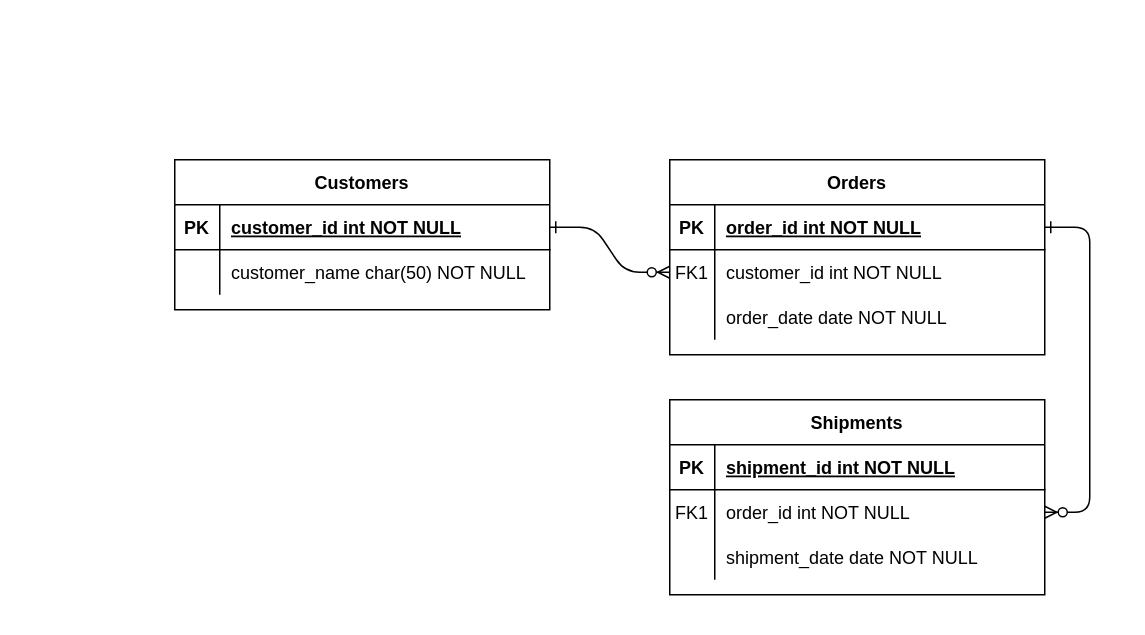
The draw.io diagram Biểu đồ không có tiêu đề.drawio in tung1233hhhhhhhhhhhhh/sadd, before the edit. Source tidied: cells renumbered, new cells numbered last; positions are measured from the earlier drawing's top-left corner, leaving out a move shared by most shapes. Both pictures are drawn from the tidied source at 150%, with x=0, y=0 at pixel (174, 159).
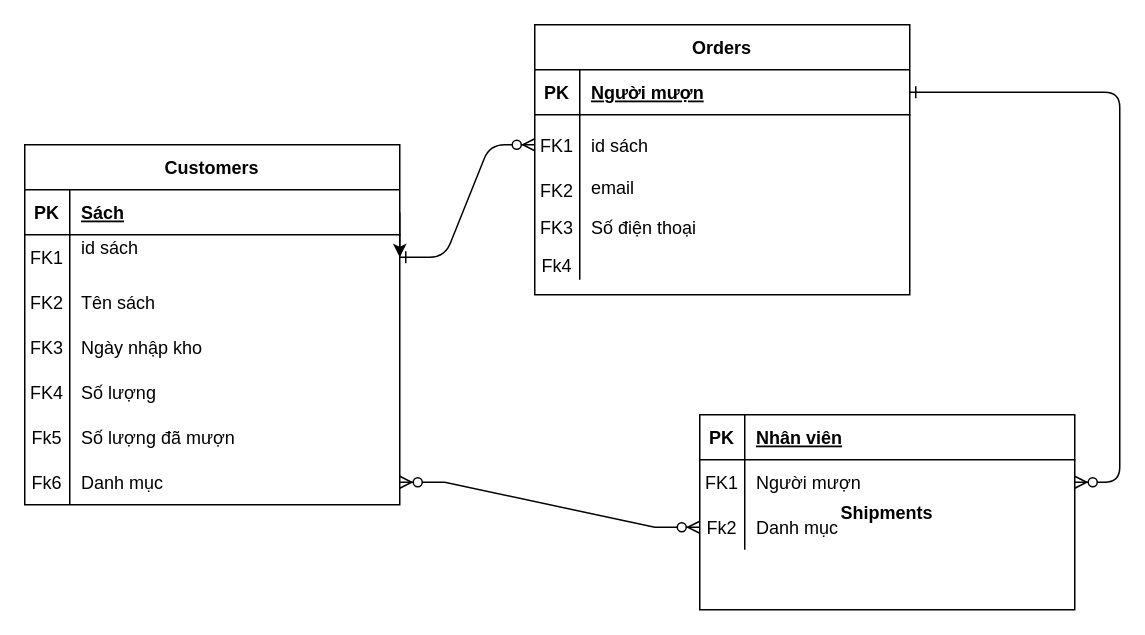
Above is the later version.

Commit message:
Cập nhật Biểu đồ không có tiêu đề.drawio

Unchanged cells that the change refers to:
```xml
<mxCell id="5" style="shape=partialRectangle;fillColor=none;points=[[0,0.5],[1,0.5]];portConstraint=eastwest;top=0;left=0;right=0;bottom=1;" parent="4" vertex="1">
  <mxGeometry y="30" width="250" height="30" as="geometry" />
</mxCell>
<mxCell id="25" style="shape=partialRectangle;fillColor=none;points=[[0,0.5],[1,0.5]];portConstraint=eastwest;top=0;left=0;right=0;bottom=1;" parent="24" vertex="1">
  <mxGeometry y="30" width="250" height="30" as="geometry" />
</mxCell>
<mxCell id="28" style="shape=partialRectangle;fillColor=none;points=[[0,0.5],[1,0.5]];portConstraint=eastwest;top=0;left=0;right=0;bottom=0;" parent="24" vertex="1">
  <mxGeometry y="60" width="250" height="30" as="geometry" />
</mxCell>
```

Change to the diagram source:
```diff
@@
+    <mxCell id="31" style="edgeStyle=orthogonalEdgeStyle;rounded=0;jettySize=auto;html=1;exitX=1;exitY=0.5;exitDx=0;exitDy=0;entryX=1;entryY=0.5;entryDx=0;entryDy=0;" parent="1" edge="1" source="25" target="28">
+      <mxGeometry relative="1" as="geometry" />
+    </mxCell>
-    <mxCell id="2" style="edgeStyle=entityRelationEdgeStyle;endArrow=ERzeroToMany;startArrow=ERone;endFill=1;startFill=0;" parent="1" edge="1" source="25" target="8">
+    <mxCell id="2" style="edgeStyle=entityRelationEdgeStyle;endArrow=ERzeroToMany;startArrow=ERone;endFill=1;startFill=0;exitX=1;exitY=0.5;exitDx=0;exitDy=0;" parent="1" edge="1" source="28" target="8">
       <mxGeometry relative="1" as="geometry" />
     </mxCell>
@@
     <mxCell id="4" value="Orders" style="shape=table;startSize=30;childLayout=tableLayout;rowLines=0;fontStyle=1;align=center;" parent="1" vertex="1">
-      <mxGeometry x="330" width="250" height="130" as="geometry" />
+      <mxGeometry x="240" y="-90" width="250" height="180" as="geometry" />
     </mxCell>
@@
-    <mxCell id="7" value="order_id int NOT NULL " style="shape=partialRectangle;overflow=hidden;fillColor=none;top=0;left=0;bottom=0;right=0;align=left;spacingLeft=6;fontStyle=5;" parent="5" vertex="1">
+    <mxCell id="7" value="Người mượn" style="shape=partialRectangle;overflow=hidden;fillColor=none;top=0;left=0;bottom=0;right=0;align=left;spacingLeft=6;fontStyle=5;" parent="5" vertex="1">
       <mxGeometry x="30" width="220" height="30" as="geometry" />
     </mxCell>
     <mxCell id="8" style="shape=partialRectangle;fillColor=none;points=[[0,0.5],[1,0.5]];portConstraint=eastwest;top=0;left=0;right=0;bottom=0;" parent="4" vertex="1">
-      <mxGeometry y="60" width="250" height="30" as="geometry" />
+      <mxGeometry y="60" width="250" height="40" as="geometry" />
     </mxCell>
     <mxCell id="9" value="FK1" style="shape=partialRectangle;overflow=hidden;fillColor=none;top=0;left=0;bottom=0;right=0;" parent="8" vertex="1">
-      <mxGeometry width="30" height="30" as="geometry" />
+      <mxGeometry width="30" height="40" as="geometry" />
     </mxCell>
-    <mxCell id="10" value="customer_id int NOT NULL" style="shape=partialRectangle;overflow=hidden;fillColor=none;top=0;left=0;bottom=0;right=0;align=left;spacingLeft=6;" parent="8" vertex="1">
-      <mxGeometry x="30" width="220" height="30" as="geometry" />
+    <mxCell id="10" value="id sách" style="shape=partialRectangle;overflow=hidden;fillColor=none;top=0;left=0;bottom=0;right=0;align=left;spacingLeft=6;" parent="8" vertex="1">
+      <mxGeometry x="30" width="220" height="40" as="geometry" />
     </mxCell>
     <mxCell id="11" style="shape=partialRectangle;fillColor=none;top=0;left=0;right=0;bottom=0;" parent="4" vertex="1">
-      <mxGeometry y="90" width="250" height="30" as="geometry" />
+      <mxGeometry y="100" width="250" height="20" as="geometry" />
     </mxCell>
-    <mxCell id="12" style="shape=partialRectangle;overflow=hidden;fillColor=none;top=0;left=0;bottom=0;right=0;" parent="11" vertex="1">
-      <mxGeometry width="30" height="30" as="geometry" />
+    <mxCell id="12" value="FK2" style="shape=partialRectangle;overflow=hidden;fillColor=none;top=0;left=0;bottom=0;right=0;" parent="11" vertex="1">
+      <mxGeometry width="30" height="20" as="geometry" />
     </mxCell>
-    <mxCell id="13" value="order_date date NOT NULL" style="shape=partialRectangle;overflow=hidden;fillColor=none;top=0;left=0;bottom=0;right=0;align=left;spacingLeft=6;" parent="11" vertex="1">
-      <mxGeometry x="30" width="220" height="30" as="geometry" />
+    <mxCell id="13" value="email&#10;&#10;&#10;&#10;&#10;&#10;" style="shape=partialRectangle;overflow=hidden;fillColor=none;top=0;left=0;bottom=0;right=0;align=left;spacingLeft=6;" parent="11" vertex="1">
+      <mxGeometry x="30" width="220" height="20" as="geometry" />
     </mxCell>
+    <mxCell id="32" style="shape=partialRectangle;fillColor=none;top=0;left=0;right=0;bottom=0;" parent="4" vertex="1">
+      <mxGeometry y="120" width="250" height="30" as="geometry" />
+    </mxCell>
+    <mxCell id="33" value="FK3" style="shape=partialRectangle;overflow=hidden;fillColor=none;top=0;left=0;bottom=0;right=0;" parent="32" vertex="1">
+      <mxGeometry width="30" height="30" as="geometry" />
+    </mxCell>
+    <mxCell id="34" value="Số điện thoại" style="shape=partialRectangle;overflow=hidden;fillColor=none;top=0;left=0;bottom=0;right=0;align=left;spacingLeft=6;" parent="32" vertex="1">
+      <mxGeometry x="30" width="220" height="30" as="geometry" />
+    </mxCell>
+    <mxCell id="35" style="shape=partialRectangle;fillColor=none;top=0;left=0;right=0;bottom=0;" parent="4" vertex="1">
+      <mxGeometry y="150" width="250" height="20" as="geometry" />
+    </mxCell>
+    <mxCell id="36" value="Fk4" style="shape=partialRectangle;overflow=hidden;fillColor=none;top=0;left=0;bottom=0;right=0;" parent="35" vertex="1">
+      <mxGeometry width="30" height="20" as="geometry" />
+    </mxCell>
+    <mxCell id="37" style="shape=partialRectangle;overflow=hidden;fillColor=none;top=0;left=0;bottom=0;right=0;align=left;spacingLeft=6;" parent="35" vertex="1">
+      <mxGeometry x="30" width="220" height="20" as="geometry" />
+    </mxCell>
-    <mxCell id="14" value="Shipments" style="shape=table;startSize=30;childLayout=tableLayout;rowLines=0;fontStyle=1;align=center;" parent="1" vertex="1">
-      <mxGeometry x="330" y="160" width="250" height="130" as="geometry" />
+    <mxCell id="14" value="Shipments" style="shape=table;startSize=0;childLayout=tableLayout;rowLines=0;fontStyle=1;align=center;" parent="1" vertex="1">
+      <mxGeometry x="350" y="170" width="250" height="130" as="geometry" />
     </mxCell>
     <mxCell id="15" style="shape=partialRectangle;fillColor=none;top=0;left=0;right=0;bottom=1;" parent="14" vertex="1">
-      <mxGeometry y="30" width="250" height="30" as="geometry" />
+      <mxGeometry width="250" height="30" as="geometry" />
     </mxCell>
@@
-    <mxCell id="17" value="shipment_id int NOT NULL " style="shape=partialRectangle;overflow=hidden;fillColor=none;top=0;left=0;bottom=0;right=0;align=left;spacingLeft=6;fontStyle=5;" parent="15" vertex="1">
+    <mxCell id="17" value="Nhân viên" style="shape=partialRectangle;overflow=hidden;fillColor=none;top=0;left=0;bottom=0;right=0;align=left;spacingLeft=6;fontStyle=5;" parent="15" vertex="1">
       <mxGeometry x="30" width="220" height="30" as="geometry" />
     </mxCell>
     <mxCell id="18" style="shape=partialRectangle;fillColor=none;points=[[0,0.5],[1,0.5]];portConstraint=eastwest;top=0;left=0;right=0;bottom=0;" parent="14" vertex="1">
-      <mxGeometry y="60" width="250" height="30" as="geometry" />
+      <mxGeometry y="30" width="250" height="30" as="geometry" />
     </mxCell>
@@
-    <mxCell id="20" value="order_id int NOT NULL" style="shape=partialRectangle;overflow=hidden;fillColor=none;top=0;left=0;bottom=0;right=0;align=left;spacingLeft=6;" parent="18" vertex="1">
+    <mxCell id="20" value="Người mượn" style="shape=partialRectangle;overflow=hidden;fillColor=none;top=0;left=0;bottom=0;right=0;align=left;spacingLeft=6;" parent="18" vertex="1">
       <mxGeometry x="30" width="220" height="30" as="geometry" />
     </mxCell>
     <mxCell id="21" style="shape=partialRectangle;fillColor=none;points=[[0,0.5],[1,0.5]];portConstraint=eastwest;top=0;left=0;right=0;bottom=0;" parent="14" vertex="1">
-      <mxGeometry y="90" width="250" height="30" as="geometry" />
+      <mxGeometry y="60" width="250" height="30" as="geometry" />
     </mxCell>
-    <mxCell id="22" style="shape=partialRectangle;overflow=hidden;fillColor=none;top=0;left=0;bottom=0;right=0;" parent="21" vertex="1">
+    <mxCell id="22" value="Fk2" style="shape=partialRectangle;overflow=hidden;fillColor=none;top=0;left=0;bottom=0;right=0;" parent="21" vertex="1">
       <mxGeometry width="30" height="30" as="geometry" />
     </mxCell>
-    <mxCell id="23" value="shipment_date date NOT NULL" style="shape=partialRectangle;overflow=hidden;fillColor=none;top=0;left=0;bottom=0;right=0;align=left;spacingLeft=6;" parent="21" vertex="1">
+    <mxCell id="23" value="Danh mục" style="shape=partialRectangle;overflow=hidden;fillColor=none;top=0;left=0;bottom=0;right=0;align=left;spacingLeft=6;" parent="21" vertex="1">
       <mxGeometry x="30" width="220" height="30" as="geometry" />
     </mxCell>
     <mxCell id="24" value="Customers" style="shape=table;startSize=30;childLayout=tableLayout;rowLines=0;fontStyle=1;align=center;" parent="1" vertex="1">
-      <mxGeometry width="250" height="100" as="geometry" />
+      <mxGeometry x="-100" y="-10" width="250" height="240" as="geometry" />
     </mxCell>
@@
-    <mxCell id="27" value="customer_id int NOT NULL " style="shape=partialRectangle;overflow=hidden;fillColor=none;top=0;left=0;bottom=0;right=0;align=left;spacingLeft=6;fontStyle=5;" parent="25" vertex="1">
+    <mxCell id="27" value="Sách" style="shape=partialRectangle;overflow=hidden;fillColor=none;top=0;left=0;bottom=0;right=0;align=left;spacingLeft=6;fontStyle=5;" parent="25" vertex="1">
       <mxGeometry x="30" width="220" height="30" as="geometry" />
     </mxCell>
@@
-    <mxCell id="29" style="shape=partialRectangle;overflow=hidden;fillColor=none;top=0;left=0;bottom=0;right=0;" parent="28" vertex="1">
+    <mxCell id="29" value="FK1" style="shape=partialRectangle;overflow=hidden;fillColor=none;top=0;left=0;bottom=0;right=0;" parent="28" vertex="1">
       <mxGeometry width="30" height="30" as="geometry" />
     </mxCell>
-    <mxCell id="30" value="customer_name char(50) NOT NULL" style="shape=partialRectangle;overflow=hidden;fillColor=none;top=0;left=0;bottom=0;right=0;align=left;spacingLeft=6;" parent="28" vertex="1">
+    <mxCell id="30" value="id sách&#10;" style="shape=partialRectangle;overflow=hidden;fillColor=none;top=0;left=0;bottom=0;right=0;align=left;spacingLeft=6;" parent="28" vertex="1">
       <mxGeometry x="30" width="220" height="30" as="geometry" />
     </mxCell>
+    <mxCell id="38" style="shape=partialRectangle;fillColor=none;top=0;left=0;right=0;bottom=0;" parent="24" vertex="1">
+      <mxGeometry y="90" width="250" height="30" as="geometry" />
+    </mxCell>
+    <mxCell id="39" value="FK2" style="shape=partialRectangle;overflow=hidden;fillColor=none;top=0;left=0;bottom=0;right=0;" parent="38" vertex="1">
+      <mxGeometry width="30" height="30" as="geometry" />
+    </mxCell>
+    <mxCell id="40" value="Tên sách" style="shape=partialRectangle;overflow=hidden;fillColor=none;top=0;left=0;bottom=0;right=0;align=left;spacingLeft=6;" parent="38" vertex="1">
+      <mxGeometry x="30" width="220" height="30" as="geometry" />
+    </mxCell>
+    <mxCell id="41" style="shape=partialRectangle;fillColor=none;top=0;left=0;right=0;bottom=0;" parent="24" vertex="1">
+      <mxGeometry y="120" width="250" height="30" as="geometry" />
+    </mxCell>
+    <mxCell id="42" value="FK3" style="shape=partialRectangle;overflow=hidden;fillColor=none;top=0;left=0;bottom=0;right=0;" parent="41" vertex="1">
+      <mxGeometry width="30" height="30" as="geometry" />
+    </mxCell>
+    <mxCell id="43" value="Ngày nhập kho" style="shape=partialRectangle;overflow=hidden;fillColor=none;top=0;left=0;bottom=0;right=0;align=left;spacingLeft=6;" parent="41" vertex="1">
+      <mxGeometry x="30" width="220" height="30" as="geometry" />
+    </mxCell>
+    <mxCell id="44" style="shape=partialRectangle;fillColor=none;top=0;left=0;right=0;bottom=0;" parent="24" vertex="1">
+      <mxGeometry y="150" width="250" height="30" as="geometry" />
+    </mxCell>
+    <mxCell id="45" value="FK4" style="shape=partialRectangle;overflow=hidden;fillColor=none;top=0;left=0;bottom=0;right=0;" parent="44" vertex="1">
+      <mxGeometry width="30" height="30" as="geometry" />
+    </mxCell>
+    <mxCell id="46" value="Số lượng" style="shape=partialRectangle;overflow=hidden;fillColor=none;top=0;left=0;bottom=0;right=0;align=left;spacingLeft=6;" parent="44" vertex="1">
+      <mxGeometry x="30" width="220" height="30" as="geometry" />
+    </mxCell>
+    <mxCell id="47" style="shape=partialRectangle;fillColor=none;top=0;left=0;right=0;bottom=0;" parent="24" vertex="1">
+      <mxGeometry y="180" width="250" height="30" as="geometry" />
+    </mxCell>
+    <mxCell id="48" value="Fk5" style="shape=partialRectangle;overflow=hidden;fillColor=none;top=0;left=0;bottom=0;right=0;" parent="47" vertex="1">
+      <mxGeometry width="30" height="30" as="geometry" />
+    </mxCell>
+    <mxCell id="49" value="Số lượng đã mượn" style="shape=partialRectangle;overflow=hidden;fillColor=none;top=0;left=0;bottom=0;right=0;align=left;spacingLeft=6;" parent="47" vertex="1">
+      <mxGeometry x="30" width="220" height="30" as="geometry" />
+    </mxCell>
+    <mxCell id="50" style="shape=partialRectangle;fillColor=none;points=[[0,0.5],[1,0.5]];portConstraint=eastwest;top=0;left=0;right=0;bottom=0;" parent="24" vertex="1">
+      <mxGeometry y="210" width="250" height="30" as="geometry" />
+    </mxCell>
+    <mxCell id="51" value="Fk6" style="shape=partialRectangle;overflow=hidden;fillColor=none;top=0;left=0;bottom=0;right=0;" parent="50" vertex="1">
+      <mxGeometry width="30" height="30" as="geometry" />
+    </mxCell>
+    <mxCell id="52" value="Danh mục" style="shape=partialRectangle;overflow=hidden;fillColor=none;top=0;left=0;bottom=0;right=0;align=left;spacingLeft=6;" parent="50" vertex="1">
+      <mxGeometry x="30" width="220" height="30" as="geometry" />
+    </mxCell>
+    <mxCell id="53" style="edgeStyle=entityRelationEdgeStyle;fontSize=12;html=1;endArrow=ERzeroToMany;endFill=1;startArrow=ERzeroToMany;rounded=0;entryX=0;entryY=0.5;entryDx=0;entryDy=0;exitX=1;exitY=0.5;exitDx=0;exitDy=0;" parent="1" edge="1" source="50" target="21">
+      <mxGeometry relative="1" as="geometry" />
+    </mxCell>
```
